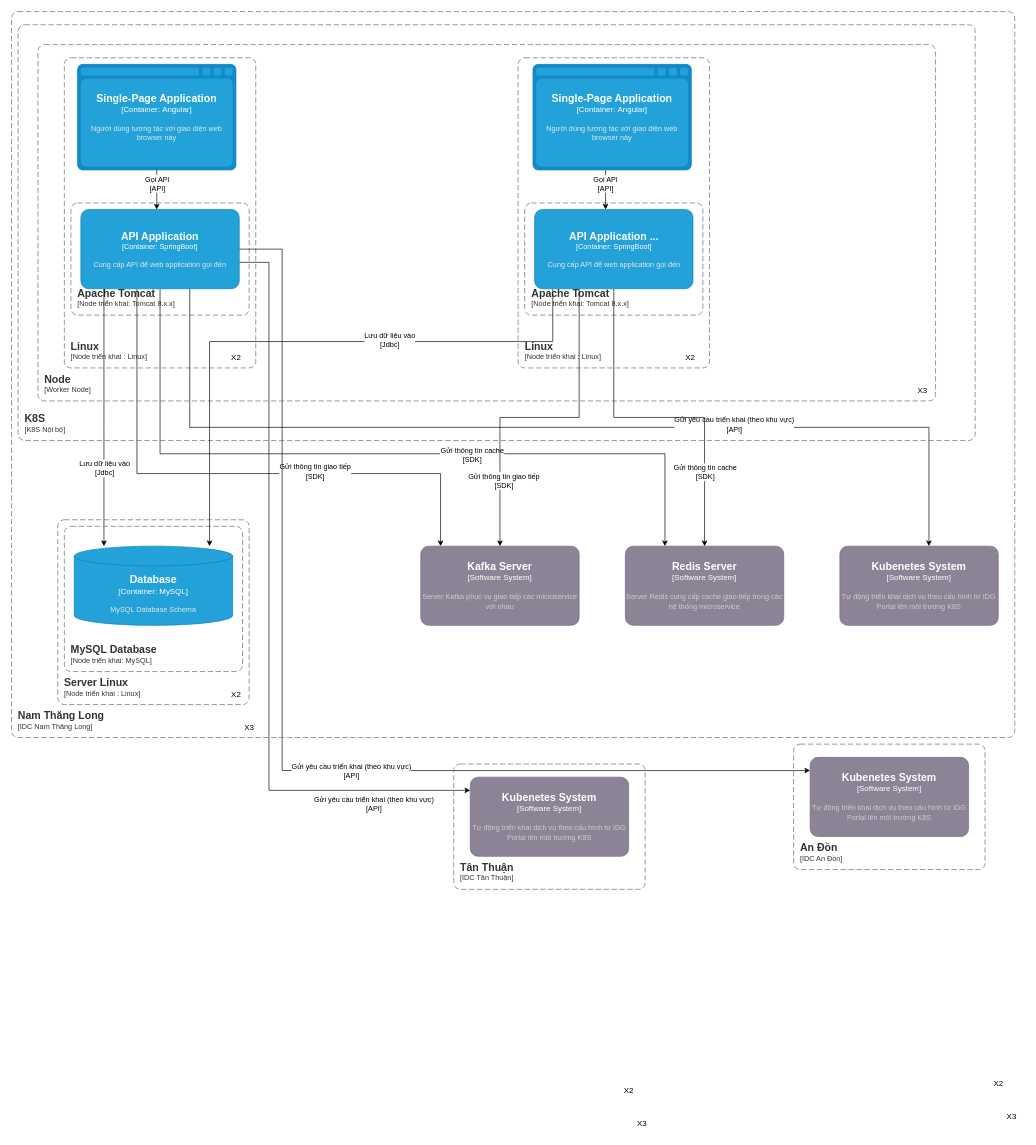
Before: IdgPortal-Deployment.drawio in dangngocsoncntt/draw.io, a draw.io diagram. Source tidied: cells renumbered, new cells numbered last; positions are measured from the earlier drawing's top-left corner, leaving out a move shared by most shapes. Both pictures are drawn from the tidied source at 66%, with x=0, y=0 at pixel (11, 11).
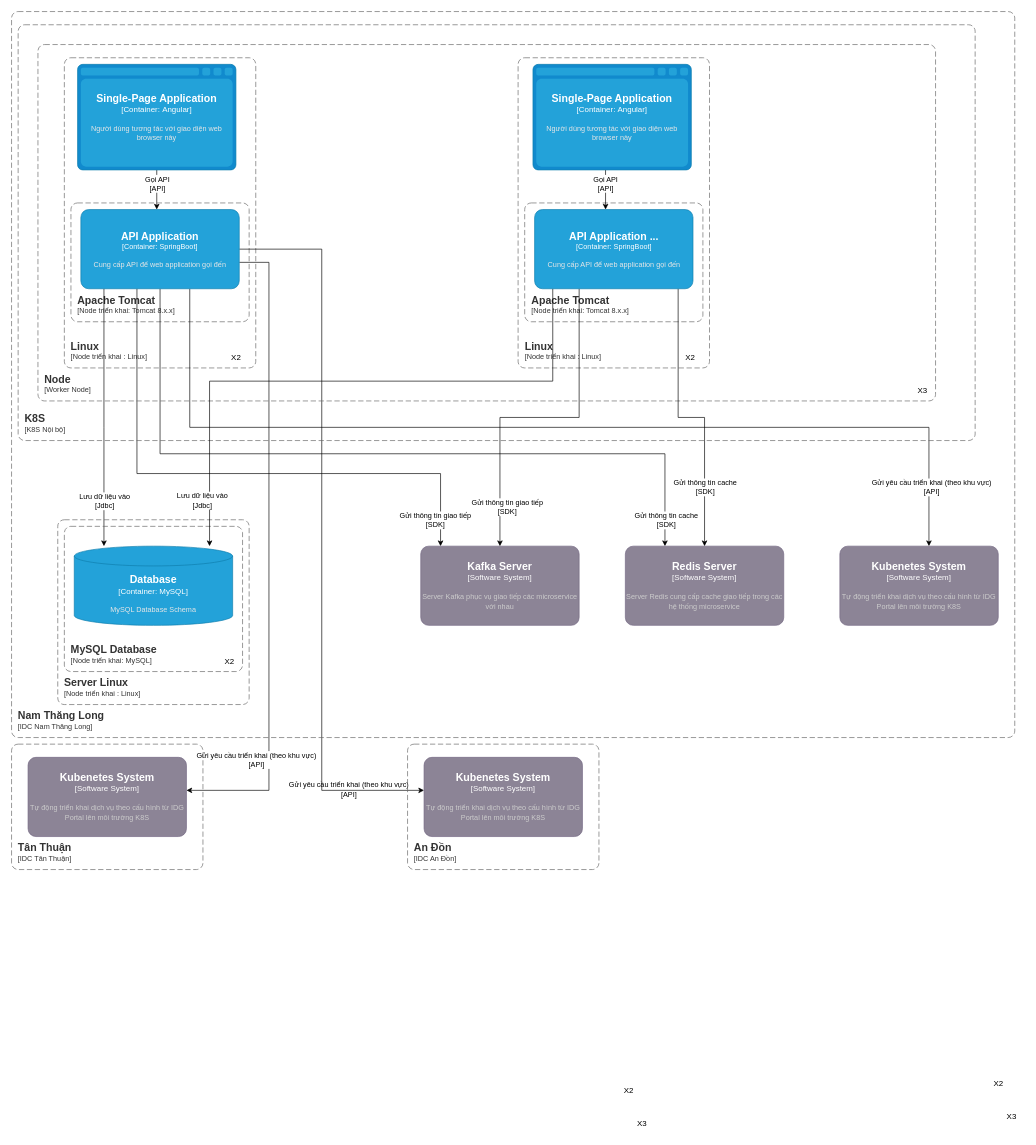
After the change.

Unchanged cells that the change refers to:
```xml
<mxCell id="7" style="edgeStyle=orthogonalEdgeStyle;rounded=0;jettySize=auto;html=1;" parent="1" edge="1" source="19" target="22">
  <mxGeometry relative="1" as="geometry">
    <Array as="points">
      <mxPoint x="140" y="630" />
      <mxPoint x="140" y="630" />
    </Array>
  </mxGeometry>
</mxCell>
<mxCell id="9" style="edgeStyle=orthogonalEdgeStyle;rounded=0;jettySize=auto;html=1;" parent="1" edge="1" source="19" target="30">
  <mxGeometry relative="1" as="geometry">
    <Array as="points">
      <mxPoint x="190" y="700" />
      <mxPoint x="650" y="700" />
    </Array>
  </mxGeometry>
</mxCell>
<mxCell id="11" style="edgeStyle=orthogonalEdgeStyle;rounded=0;jettySize=auto;html=1;" parent="1" edge="1" source="19" target="31">
  <mxGeometry relative="1" as="geometry">
    <Array as="points">
      <mxPoint x="225" y="670" />
      <mxPoint x="990" y="670" />
    </Array>
  </mxGeometry>
</mxCell>
<mxCell id="13" style="edgeStyle=orthogonalEdgeStyle;rounded=0;jettySize=auto;html=1;" parent="1" edge="1" source="19" target="32">
  <mxGeometry relative="1" as="geometry">
    <Array as="points">
      <mxPoint x="270" y="630" />
      <mxPoint x="1390" y="630" />
    </Array>
  </mxGeometry>
</mxCell>
<mxCell id="15" style="edgeStyle=orthogonalEdgeStyle;rounded=0;jettySize=auto;html=1;" parent="1" edge="1" source="19" target="38">
  <mxGeometry relative="1" as="geometry">
    <Array as="points">
      <mxPoint x="390" y="380" />
      <mxPoint x="390" y="1180" />
    </Array>
  </mxGeometry>
</mxCell>
<object id="19" label="&lt;font style=&quot;font-size: 16px&quot;&gt;&lt;b&gt;%c4Name%&lt;/b&gt;&lt;/font&gt;&lt;div&gt;[%c4Type%: %c4Technology%]&lt;/div&gt;&lt;br&gt;&lt;div&gt;&lt;font style=&quot;font-size: 11px&quot;&gt;&lt;font color=&quot;#E6E6E6&quot;&gt;%c4Description%&lt;/font&gt;&lt;/div&gt;" c4Description="Cung cấp API để web application gọi đến " c4Name="API Application" c4Technology="SpringBoot" c4Type="Container" placeholders="1">
  <mxCell style="rounded=1;whiteSpace=wrap;html=1;fontSize=11;labelBackgroundColor=none;fillColor=#23A2D9;fontColor=#ffffff;align=center;arcSize=10;strokeColor=#0E7DAD;points=[[0.25,0,0],[0.5,0,0],[0.75,0,0],[1,0.25,0],[1,0.5,0],[1,0.75,0],[0.75,1,0],[0.5,1,0],[0.25,1,0],[0,0.75,0],[0,0.5,0],[0,0.25,0]];" parent="1" vertex="1">
    <mxGeometry x="105" y="300" width="240" height="120" as="geometry" />
  </mxCell>
</object>
<object id="22" label="&lt;font style=&quot;font-size: 16px&quot;&gt;&lt;b&gt;%c4Type%&lt;/b&gt;&lt;/font&gt;&lt;div&gt;[%c4Container%:&amp;nbsp;%c4Technology%]&lt;/div&gt;&lt;br&gt;&lt;div&gt;&lt;font style=&quot;font-size: 11px&quot;&gt;&lt;font color=&quot;#E6E6E6&quot;&gt;%c4Description%&lt;/font&gt;&lt;/div&gt;" c4Container="Container" c4Description="MySQL Database Schema" c4Technology="MySQL" c4Type="Database" placeholders="1">
  <mxCell style="shape=cylinder3;size=15;whiteSpace=wrap;html=1;boundedLbl=1;rounded=0;labelBackgroundColor=none;fillColor=#23A2D9;fontSize=12;fontColor=#ffffff;align=center;strokeColor=#0E7DAD;points=[[0.5,0,0],[1,0.25,0],[1,0.5,0],[1,0.75,0],[0.5,1,0],[0,0.75,0],[0,0.5,0],[0,0.25,0]];" parent="1" vertex="1">
    <mxGeometry x="95" y="810" width="240" height="120" as="geometry" />
  </mxCell>
</object>
<object id="31" label="&lt;font style=&quot;font-size: 16px&quot;&gt;&lt;b&gt;%c4Name%&lt;/b&gt;&lt;/font&gt;&lt;div&gt;[%c4Type%]&lt;/div&gt;&lt;br&gt;&lt;div&gt;&lt;font style=&quot;font-size: 11px&quot;&gt;&lt;font color=&quot;#cccccc&quot;&gt;%c4Description%&lt;/font&gt;&lt;/div&gt;" c4Description="Server Redis cung cấp cache giao tiếp trong các hệ thống microservice" c4Name="Redis Server" c4Type="Software System" placeholders="1">
  <mxCell style="rounded=1;whiteSpace=wrap;html=1;labelBackgroundColor=none;fillColor=#8C8496;fontColor=#ffffff;align=center;arcSize=10;strokeColor=#736782;points=[[0.25,0,0],[0.5,0,0],[0.75,0,0],[1,0.25,0],[1,0.5,0],[1,0.75,0],[0.75,1,0],[0.5,1,0],[0.25,1,0],[0,0.75,0],[0,0.5,0],[0,0.25,0]];" parent="1" vertex="1">
    <mxGeometry x="930" y="810" width="240" height="120" as="geometry" />
  </mxCell>
</object>
<mxCell id="41" style="edgeStyle=orthogonalEdgeStyle;rounded=0;jettySize=auto;html=1;" parent="1" edge="1" source="47" target="30">
  <mxGeometry relative="1" as="geometry">
    <Array as="points">
      <mxPoint x="860" y="615" />
      <mxPoint x="740" y="615" />
    </Array>
  </mxGeometry>
</mxCell>
<object id="47" label="&lt;font style=&quot;font-size: 16px&quot;&gt;&lt;b&gt;%c4Name%&lt;/b&gt;&lt;/font&gt;&lt;div&gt;[%c4Type%: %c4Technology%]&lt;/div&gt;&lt;br&gt;&lt;div&gt;&lt;font style=&quot;font-size: 11px&quot;&gt;&lt;font color=&quot;#E6E6E6&quot;&gt;%c4Description%&lt;/font&gt;&lt;/div&gt;" c4Description="Cung cấp API để web application gọi đến " c4Name="API Application ..." c4Technology="SpringBoot" c4Type="Container" placeholders="1">
  <mxCell style="rounded=1;whiteSpace=wrap;html=1;fontSize=11;labelBackgroundColor=none;fillColor=#23A2D9;fontColor=#ffffff;align=center;arcSize=10;strokeColor=#0E7DAD;points=[[0.25,0,0],[0.5,0,0],[0.75,0,0],[1,0.25,0],[1,0.5,0],[1,0.75,0],[0.75,1,0],[0.5,1,0],[0.25,1,0],[0,0.75,0],[0,0.5,0],[0,0.25,0]];" parent="1" vertex="1">
    <mxGeometry x="792.5" y="300" width="240" height="120" as="geometry" />
  </mxCell>
</object>
```

What changed in the source:
```diff
@@
     <object id="5" label="&lt;font style=&quot;font-size: 16px&quot;&gt;&lt;b&gt;&lt;div style=&quot;text-align: left&quot;&gt;%c4Name%&lt;/div&gt;&lt;/b&gt;&lt;/font&gt;&lt;div style=&quot;text-align: left&quot;&gt;[%c4Application%]&lt;/div&gt;" c4Application="Node triển khai: Tomcat 8.x.x" c4Name="Apache Tomcat" placeholders="1">
       <mxCell style="rounded=1;fontSize=11;whiteSpace=wrap;html=1;dashed=1;arcSize=20;fillColor=none;strokeColor=#666666;fontColor=#333333;labelBackgroundColor=none;align=left;verticalAlign=bottom;labelBorderColor=none;spacingTop=0;spacing=10;dashPattern=8 4;perimeter=rectanglePerimeter;noLabel=0;labelPadding=0;absoluteArcSize=1;" parent="1" vertex="1">
-        <mxGeometry x="90" y="290" width="270" height="170" as="geometry" />
+        <mxGeometry x="90" y="290" width="270" height="180" as="geometry" />
       </mxCell>
     </object>
@@
     <mxCell id="8" value="Lưu dữ liệu vào&lt;br&gt;[Jdbc]" style="edgeLabel;html=1;align=center;verticalAlign=middle;" parent="7" vertex="1">
       <mxGeometry x="-0.29" y="3" relative="1" as="geometry">
-        <mxPoint x="-3" y="133" as="offset" />
+        <mxPoint x="-3" y="183" as="offset" />
       </mxGeometry>
     </mxCell>
@@
     <mxCell id="10" value="Gửi thông tin giao tiếp&lt;br&gt;[SDK]" style="edgeLabel;html=1;align=center;verticalAlign=middle;" parent="9" vertex="1">
       <mxGeometry x="0.29" y="4" relative="1" as="geometry">
-        <mxPoint x="1" as="offset" />
+        <mxPoint x="183" y="74" as="offset" />
       </mxGeometry>
     </mxCell>
@@
     <mxCell id="12" value="Gửi thông tin cache&lt;br&gt;[SDK]" style="edgeLabel;html=1;align=center;verticalAlign=middle;" parent="11" vertex="1">
-      <mxGeometry x="0.25" y="-1" relative="1" as="geometry" />
+      <mxGeometry x="0.25" y="-1" relative="1" as="geometry">
+        <mxPoint x="294" y="99" as="offset" />
+      </mxGeometry>
     </mxCell>
@@
     <mxCell id="14" value="Gửi yêu cầu triển khai (theo khu vực)&lt;br&gt;[API]" style="edgeLabel;html=1;align=center;verticalAlign=middle;" parent="13" vertex="1">
-      <mxGeometry x="0.37" y="5" relative="1" as="geometry" />
+      <mxGeometry x="0.37" y="5" relative="1" as="geometry">
+        <mxPoint x="299" y="95" as="offset" />
+      </mxGeometry>
     </mxCell>
@@
     <mxCell id="16" value="Gửi yêu cầu triển khai (theo khu vực)&lt;br style=&quot;border-color: var(--border-color);&quot;&gt;[API]" style="edgeLabel;html=1;align=center;verticalAlign=middle;" parent="15" vertex="1">
       <mxGeometry x="0.53" y="-2" relative="1" as="geometry">
-        <mxPoint x="123" y="18" as="offset" />
+        <mxPoint x="122" y="101" as="offset" />
       </mxGeometry>
     </mxCell>
     <mxCell id="17" style="edgeStyle=orthogonalEdgeStyle;rounded=0;jettySize=auto;html=1;" parent="1" edge="1" source="19" target="35">
       <mxGeometry relative="1" as="geometry">
         <Array as="points">
-          <mxPoint x="410" y="360" />
-          <mxPoint x="410" y="1150" />
+          <mxPoint x="470" y="360" />
+          <mxPoint x="470" y="1180" />
         </Array>
       </mxGeometry>
     </mxCell>
     <mxCell id="18" value="Gửi yêu cầu triển khai (theo khu vực)&lt;br style=&quot;border-color: var(--border-color);&quot;&gt;[API]" style="edgeLabel;html=1;align=center;verticalAlign=middle;" parent="17" vertex="1">
       <mxGeometry x="0.35" y="1" relative="1" as="geometry">
-        <mxPoint x="-158" y="1" as="offset" />
+        <mxPoint x="-101" y="155" as="offset" />
       </mxGeometry>
     </mxCell>
@@
     <mxCell id="23" value="X2" style="text;html=1;align=center;verticalAlign=middle;strokeColor=none;fillColor=none;" parent="1" vertex="1">
-      <mxGeometry x="320" y="1020" width="40" height="30" as="geometry" />
+      <mxGeometry x="310" y="970" width="40" height="30" as="geometry" />
     </mxCell>
@@
-    <mxCell id="28" value="X3" style="text;html=1;align=center;verticalAlign=middle;strokeColor=none;fillColor=none;" parent="1" vertex="1">
-      <mxGeometry x="340" y="1070" width="40" height="30" as="geometry" />
-    </mxCell>
@@
     <object id="35" label="&lt;font style=&quot;font-size: 16px&quot;&gt;&lt;b&gt;%c4Name%&lt;/b&gt;&lt;/font&gt;&lt;div&gt;[%c4Type%]&lt;/div&gt;&lt;br&gt;&lt;div&gt;&lt;font style=&quot;font-size: 11px&quot;&gt;&lt;font color=&quot;#cccccc&quot;&gt;%c4Description%&lt;/font&gt;&lt;/div&gt;" c4Description="Tự động triển khai dịch vụ theo cấu hình từ IDG Portal lên môi trường K8S" c4Name="Kubenetes System" c4Type="Software System" placeholders="1">
       <mxCell style="rounded=1;whiteSpace=wrap;html=1;labelBackgroundColor=none;fillColor=#8C8496;fontColor=#ffffff;align=center;arcSize=10;strokeColor=#736782;points=[[0.25,0,0],[0.5,0,0],[0.75,0,0],[1,0.25,0],[1,0.5,0],[1,0.75,0],[0.75,1,0],[0.5,1,0],[0.25,1,0],[0,0.75,0],[0,0.5,0],[0,0.25,0]];" parent="1" vertex="1">
-        <mxGeometry x="1210" y="1130" width="240" height="120" as="geometry" />
+        <mxGeometry x="625" y="1130" width="240" height="120" as="geometry" />
       </mxCell>
     </object>
@@
     <object id="38" label="&lt;font style=&quot;font-size: 16px&quot;&gt;&lt;b&gt;%c4Name%&lt;/b&gt;&lt;/font&gt;&lt;div&gt;[%c4Type%]&lt;/div&gt;&lt;br&gt;&lt;div&gt;&lt;font style=&quot;font-size: 11px&quot;&gt;&lt;font color=&quot;#cccccc&quot;&gt;%c4Description%&lt;/font&gt;&lt;/div&gt;" c4Description="Tự động triển khai dịch vụ theo cấu hình từ IDG Portal lên môi trường K8S" c4Name="Kubenetes System" c4Type="Software System" placeholders="1">
       <mxCell style="rounded=1;whiteSpace=wrap;html=1;labelBackgroundColor=none;fillColor=#8C8496;fontColor=#ffffff;align=center;arcSize=10;strokeColor=#736782;points=[[0.25,0,0],[0.5,0,0],[0.75,0,0],[1,0.25,0],[1,0.5,0],[1,0.75,0],[0.75,1,0],[0.5,1,0],[0.25,1,0],[0,0.75,0],[0,0.5,0],[0,0.25,0]];" parent="1" vertex="1">
-        <mxGeometry x="695" y="1160" width="240" height="120" as="geometry" />
+        <mxGeometry x="25" y="1130" width="240" height="120" as="geometry" />
       </mxCell>
     </object>
     <object id="39" label="&lt;font style=&quot;font-size: 16px&quot;&gt;&lt;b&gt;&lt;div style=&quot;text-align: left&quot;&gt;%c4Name%&lt;/div&gt;&lt;/b&gt;&lt;/font&gt;&lt;div style=&quot;text-align: left&quot;&gt;[%c4Application%]&lt;/div&gt;" c4Application="Node triển khai: Tomcat 8.x.x" c4Name="Apache Tomcat" placeholders="1">
       <mxCell style="rounded=1;fontSize=11;whiteSpace=wrap;html=1;dashed=1;arcSize=20;fillColor=none;strokeColor=#666666;fontColor=#333333;labelBackgroundColor=none;align=left;verticalAlign=bottom;labelBorderColor=none;spacingTop=0;spacing=10;dashPattern=8 4;perimeter=rectanglePerimeter;noLabel=0;labelPadding=0;absoluteArcSize=1;" parent="1" vertex="1">
-        <mxGeometry x="777.5" y="290" width="270" height="170" as="geometry" />
+        <mxGeometry x="777.5" y="290" width="270" height="180" as="geometry" />
       </mxCell>
     </object>
@@
     <mxCell id="42" value="Gửi thông tin giao tiếp&lt;br style=&quot;border-color: var(--border-color);&quot;&gt;[SDK]" style="edgeLabel;html=1;align=center;verticalAlign=middle;" parent="41" vertex="1">
       <mxGeometry x="0.51" relative="1" as="geometry">
-        <mxPoint x="5" y="25" as="offset" />
+        <mxPoint x="10" y="65" as="offset" />
       </mxGeometry>
     </mxCell>
     <mxCell id="43" style="edgeStyle=orthogonalEdgeStyle;rounded=0;jettySize=auto;html=1;" parent="1" edge="1" source="47" target="31">
-      <mxGeometry relative="1" as="geometry" />
+      <mxGeometry relative="1" as="geometry">
+        <Array as="points">
+          <mxPoint x="1010" y="615" />
+          <mxPoint x="1050" y="615" />
+        </Array>
+      </mxGeometry>
     </mxCell>
@@
     <mxCell id="45" style="edgeStyle=orthogonalEdgeStyle;rounded=0;jettySize=auto;html=1;" parent="1" edge="1" source="47" target="22">
       <mxGeometry relative="1" as="geometry">
         <Array as="points">
-          <mxPoint x="820" y="500" />
-          <mxPoint x="300" y="500" />
+          <mxPoint x="820" y="560" />
+          <mxPoint x="300" y="560" />
         </Array>
       </mxGeometry>
     </mxCell>
     <mxCell id="46" value="Lưu dữ liệu vào&lt;br style=&quot;border-color: var(--border-color);&quot;&gt;[Jdbc]" style="edgeLabel;html=1;align=center;verticalAlign=middle;" parent="45" vertex="1">
-      <mxGeometry x="-0.28" y="-3" relative="1" as="geometry" />
+      <mxGeometry x="-0.28" y="-3" relative="1" as="geometry">
+        <mxPoint x="-344" y="183" as="offset" />
+      </mxGeometry>
     </mxCell>
@@
     <object id="52" label="&lt;font style=&quot;font-size: 16px&quot;&gt;&lt;b&gt;&lt;div style=&quot;text-align: left&quot;&gt;%c4Name%&lt;/div&gt;&lt;/b&gt;&lt;/font&gt;&lt;div style=&quot;text-align: left&quot;&gt;[%c4Application%]&lt;/div&gt;" c4Application="IDC Tân Thuận" c4Name="Tân Thuận" placeholders="1">
       <mxCell style="rounded=1;fontSize=11;whiteSpace=wrap;html=1;dashed=1;arcSize=20;fillColor=none;strokeColor=#666666;fontColor=#333333;labelBackgroundColor=none;align=left;verticalAlign=bottom;labelBorderColor=none;spacingTop=0;spacing=10;dashPattern=8 4;perimeter=rectanglePerimeter;noLabel=0;labelPadding=0;absoluteArcSize=1;" parent="1" vertex="1">
-        <mxGeometry x="670" y="1140" width="290" height="190" as="geometry" />
+        <mxGeometry y="1110" width="290" height="190" as="geometry" />
       </mxCell>
     </object>
     <object id="53" label="&lt;font style=&quot;font-size: 16px&quot;&gt;&lt;b&gt;&lt;div style=&quot;text-align: left&quot;&gt;%c4Name%&lt;/div&gt;&lt;/b&gt;&lt;/font&gt;&lt;div style=&quot;text-align: left&quot;&gt;[%c4Application%]&lt;/div&gt;" c4Application="IDC An Đồn" c4Name="An Đồn" placeholders="1">
       <mxCell style="rounded=1;fontSize=11;whiteSpace=wrap;html=1;dashed=1;arcSize=20;fillColor=none;strokeColor=#666666;fontColor=#333333;labelBackgroundColor=none;align=left;verticalAlign=bottom;labelBorderColor=none;spacingTop=0;spacing=10;dashPattern=8 4;perimeter=rectanglePerimeter;noLabel=0;labelPadding=0;absoluteArcSize=1;" parent="1" vertex="1">
-        <mxGeometry x="1185" y="1110" width="290" height="190" as="geometry" />
+        <mxGeometry x="600" y="1110" width="290" height="190" as="geometry" />
       </mxCell>
     </object>
```
